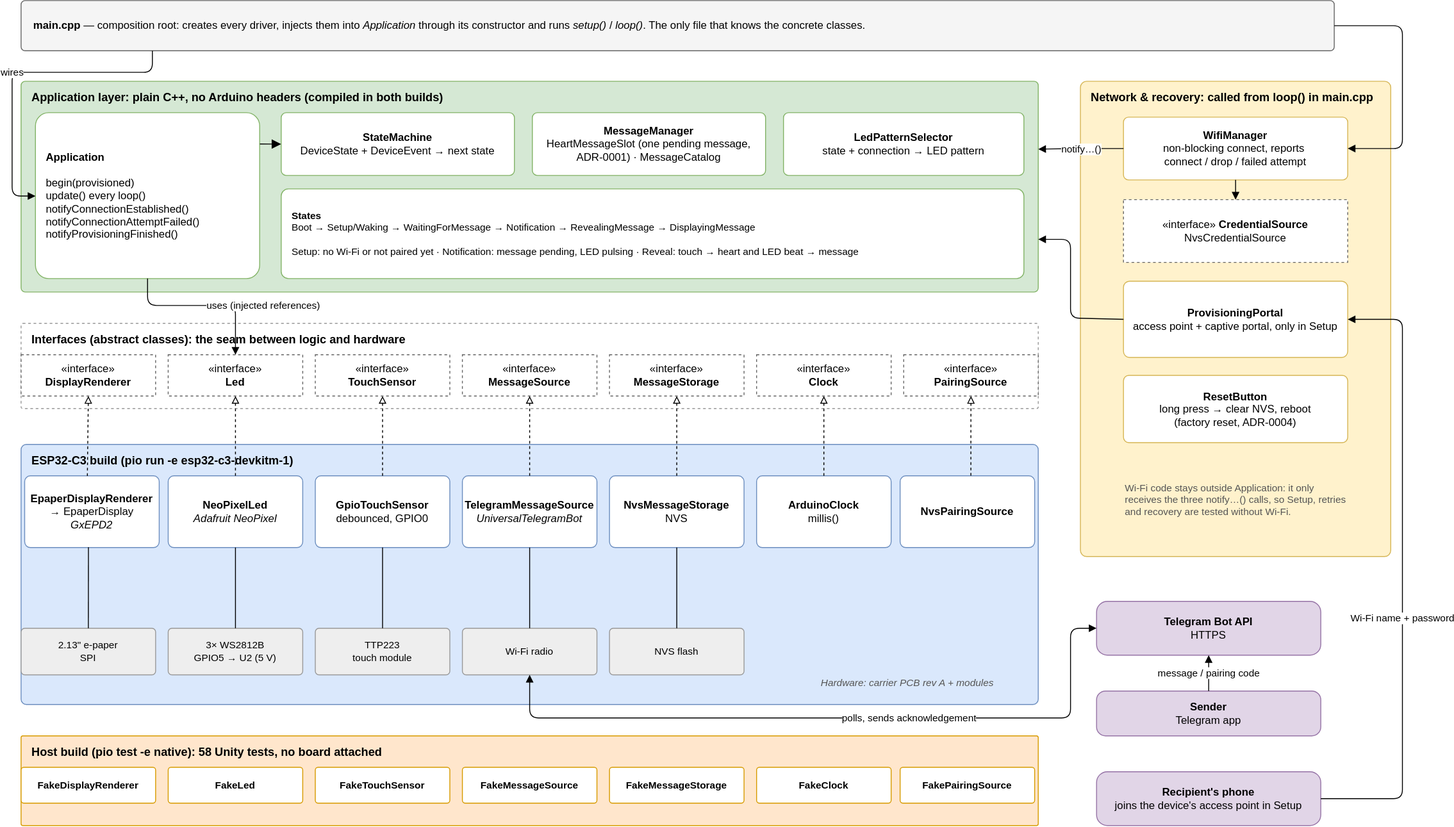
Earlier version of the draw.io export docs/images/architecture.drawio.svg (ppedropimenta/connected-heart). Source tidied: cells renumbered, new cells last; positions are measured from the earlier drawing's top-left corner, leaving out a move shared by most shapes.
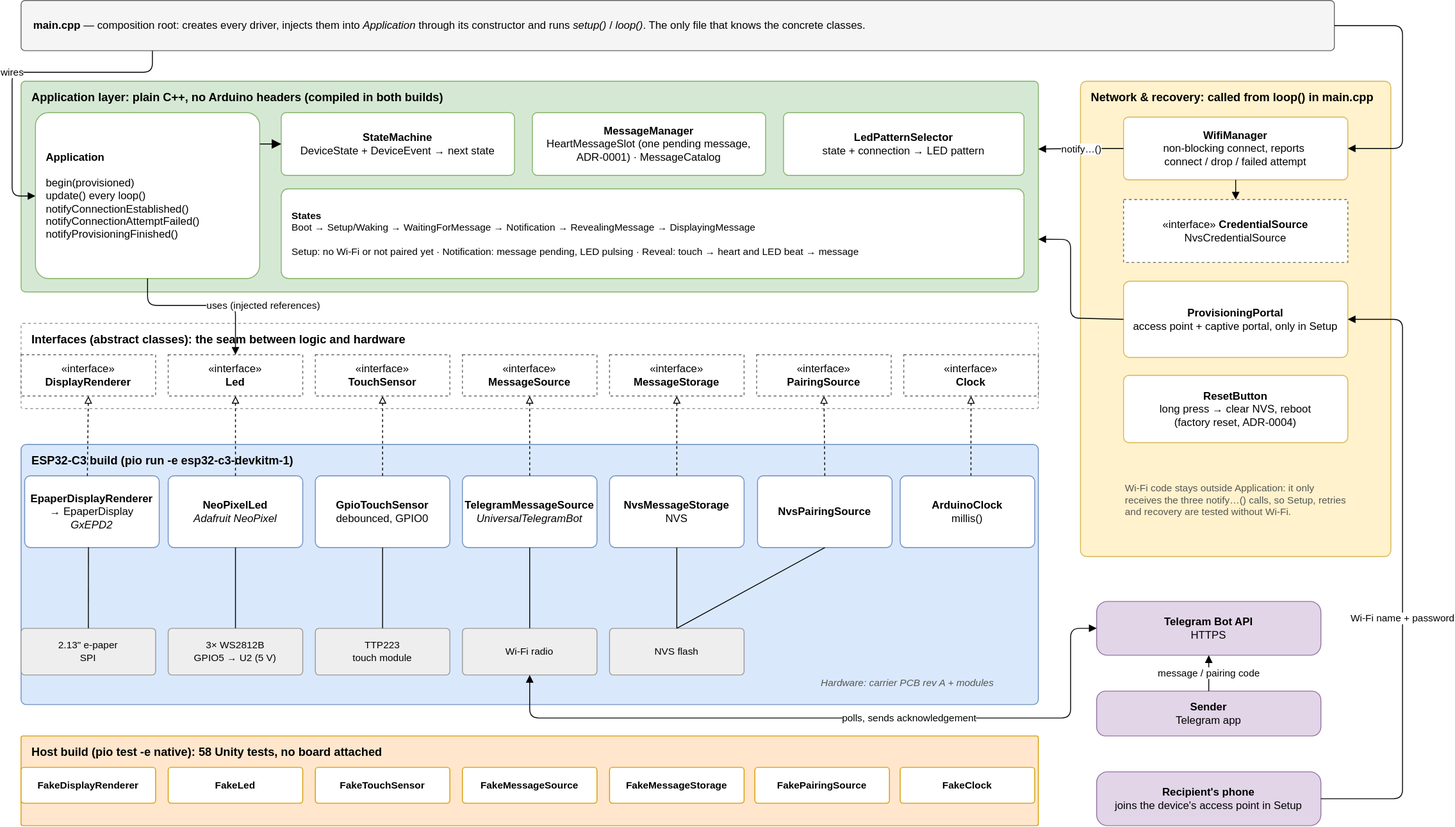
Later version of the same file.

Commit message:
Architecture diagram: link NvsPairingSource to NVS, tidy layout

Change to the diagram source:
```diff
@@ -41,10 +41,10 @@
     <mxCell id="14" value="«interface»&lt;br&gt;&lt;b&gt;MessageStorage&lt;/b&gt;" style="rounded=0;fontFamily=Helvetica;fontSize=12;html=1;whiteSpace=wrap;fillColor=#ffffff;strokeColor=#666666;dashed=1;" parent="1" vertex="1">
       <mxGeometry x="666" y="395" width="150" height="46" as="geometry" />
     </mxCell>
-    <mxCell id="15" value="«interface»&lt;br&gt;&lt;b&gt;Clock&lt;/b&gt;" style="rounded=0;fontFamily=Helvetica;fontSize=12;html=1;whiteSpace=wrap;fillColor=#ffffff;strokeColor=#666666;dashed=1;" parent="1" vertex="1">
+    <mxCell id="15" value="«interface»&lt;br&gt;&lt;b&gt;PairingSource&lt;/b&gt;" style="rounded=0;fontFamily=Helvetica;fontSize=12;html=1;whiteSpace=wrap;fillColor=#ffffff;strokeColor=#666666;dashed=1;" parent="1" vertex="1">
       <mxGeometry x="830" y="395" width="150" height="46" as="geometry" />
     </mxCell>
-    <mxCell id="16" value="«interface»&lt;br&gt;&lt;b&gt;PairingSource&lt;/b&gt;" style="rounded=0;fontFamily=Helvetica;fontSize=12;html=1;whiteSpace=wrap;fillColor=#ffffff;strokeColor=#666666;dashed=1;" parent="1" vertex="1">
+    <mxCell id="16" value="&lt;div&gt;«interface»&lt;br&gt;&lt;b&gt;Clock&lt;/b&gt;&lt;b&gt;&lt;/b&gt;&lt;/div&gt;" style="rounded=0;fontFamily=Helvetica;fontSize=12;html=1;whiteSpace=wrap;fillColor=#ffffff;strokeColor=#666666;dashed=1;" parent="1" vertex="1">
       <mxGeometry x="994" y="395" width="150" height="46" as="geometry" />
     </mxCell>
     <mxCell id="17" value="uses (injected references)" style="edgeStyle=orthogonalEdgeStyle;rounded=1;html=1;fontSize=11;endArrow=block;endFill=1;labelBackgroundColor=#ffffff;exitX=0.5;exitY=1;entryX=0.5;entryY=0;" parent="1" edge="1" source="4" target="11">
@@ -73,10 +73,10 @@
     <mxCell id="23" value="&lt;b&gt;NvsMessageStorage&lt;/b&gt;&lt;br&gt;NVS" style="rounded=1;arcSize=8;fontFamily=Helvetica;fontSize=12;html=1;whiteSpace=wrap;fillColor=#ffffff;strokeColor=#6c8ebf;" parent="1" vertex="1">
       <mxGeometry x="666" y="530" width="150" height="80" as="geometry" />
     </mxCell>
-    <mxCell id="24" value="&lt;b&gt;ArduinoClock&lt;/b&gt;&lt;br&gt;millis()" style="rounded=1;arcSize=8;fontFamily=Helvetica;fontSize=12;html=1;whiteSpace=wrap;fillColor=#ffffff;strokeColor=#6c8ebf;" parent="1" vertex="1">
-      <mxGeometry x="830" y="530" width="150" height="80" as="geometry" />
+    <mxCell id="24" value="&lt;b&gt;NvsPairingSource&lt;/b&gt;" style="rounded=1;arcSize=8;fontFamily=Helvetica;fontSize=12;html=1;whiteSpace=wrap;fillColor=#ffffff;strokeColor=#6c8ebf;" parent="1" vertex="1">
+      <mxGeometry x="831" y="530" width="150" height="80" as="geometry" />
     </mxCell>
-    <mxCell id="25" value="&lt;b&gt;NvsPairingSource&lt;/b&gt;" style="rounded=1;arcSize=8;fontFamily=Helvetica;fontSize=12;html=1;whiteSpace=wrap;fillColor=#ffffff;strokeColor=#6c8ebf;" parent="1" vertex="1">
+    <mxCell id="25" value="&lt;div&gt;&lt;b&gt;ArduinoClock&lt;/b&gt;&lt;br&gt;millis()&lt;b&gt;&lt;/b&gt;&lt;/div&gt;" style="rounded=1;arcSize=8;fontFamily=Helvetica;fontSize=12;html=1;whiteSpace=wrap;fillColor=#ffffff;strokeColor=#6c8ebf;" parent="1" vertex="1">
       <mxGeometry x="990" y="530" width="150" height="80" as="geometry" />
     </mxCell>
     <mxCell id="26" style="edgeStyle=orthogonalEdgeStyle;rounded=1;html=1;fontSize=11;endArrow=block;endFill=1;labelBackgroundColor=#ffffff;dashed=1;endArrow=block;endFill=0;exitX=0.466;exitY=0.001;entryX=0.5;entryY=1;exitDx=0;exitDy=0;exitPerimeter=0;" parent="1" edge="1" source="19" target="10">
@@ -99,7 +99,11 @@
       <mxGeometry relative="1" as="geometry" />
     </mxCell>
     <mxCell id="31" style="edgeStyle=orthogonalEdgeStyle;rounded=1;html=1;fontSize=11;endArrow=block;endFill=1;labelBackgroundColor=#ffffff;dashed=1;endArrow=block;endFill=0;exitX=0.5;exitY=0;entryX=0.5;entryY=1;" parent="1" edge="1" source="24" target="15">
-      <mxGeometry relative="1" as="geometry" />
+      <mxGeometry relative="1" as="geometry">
+        <Array as="points">
+          <mxPoint x="905" y="530" />
+        </Array>
+      </mxGeometry>
     </mxCell>
     <mxCell id="32" style="edgeStyle=orthogonalEdgeStyle;rounded=1;html=1;fontSize=11;endArrow=block;endFill=1;labelBackgroundColor=#ffffff;dashed=1;endArrow=block;endFill=0;exitX=0.526;exitY=-0.002;entryX=0.5;entryY=1;exitDx=0;exitDy=0;exitPerimeter=0;" parent="1" edge="1" source="25" target="16">
       <mxGeometry relative="1" as="geometry" />
@@ -160,10 +164,10 @@
       <mxGeometry x="666" y="855" width="150" height="40" as="geometry" />
     </mxCell>
     <mxCell id="50" value="&lt;b&gt;FakeClock&lt;/b&gt;" style="rounded=1;arcSize=8;fontFamily=Helvetica;fontSize=12;html=1;whiteSpace=wrap;fillColor=#ffffff;strokeColor=#d79b00;fontSize=11;" parent="1" vertex="1">
-      <mxGeometry x="830" y="855" width="150" height="40" as="geometry" />
+      <mxGeometry x="990" y="855" width="150" height="40" as="geometry" />
     </mxCell>
     <mxCell id="51" value="&lt;b&gt;FakePairingSource&lt;/b&gt;" style="rounded=1;arcSize=8;fontFamily=Helvetica;fontSize=12;html=1;whiteSpace=wrap;fillColor=#ffffff;strokeColor=#d79b00;fontSize=11;" parent="1" vertex="1">
-      <mxGeometry x="990" y="855" width="150" height="40" as="geometry" />
+      <mxGeometry x="828" y="855" width="150" height="40" as="geometry" />
     </mxCell>
     <mxCell id="52" value="Network &amp;amp; recovery: called from loop() in main.cpp" style="rounded=1;arcSize=2;fontFamily=Helvetica;fontSize=12;html=1;whiteSpace=wrap;fillColor=#fff2cc;strokeColor=#d6b656;verticalAlign=top;align=left;spacingLeft=10;spacingTop=4;fontStyle=1;fontSize=13;" parent="1" vertex="1">
       <mxGeometry x="1191" y="90" width="346" height="530" as="geometry" />
@@ -246,5 +250,8 @@
         </Array>
       </mxGeometry>
     </mxCell>
+    <mxCell id="70" style="endArrow=none;html=1;rounded=0;fontSize=12;defaultLabelBackgroundColor=page;startSize=8;endSize=8;curved=1;exitX=0.5;exitY=0;exitDx=0;exitDy=0;entryX=0.5;entryY=1;entryDx=0;entryDy=0;" parent="1" edge="1" source="38" target="24">
+      <mxGeometry relative="1" as="geometry" />
+    </mxCell>
   </root>
 </mxGraphModel>
```
